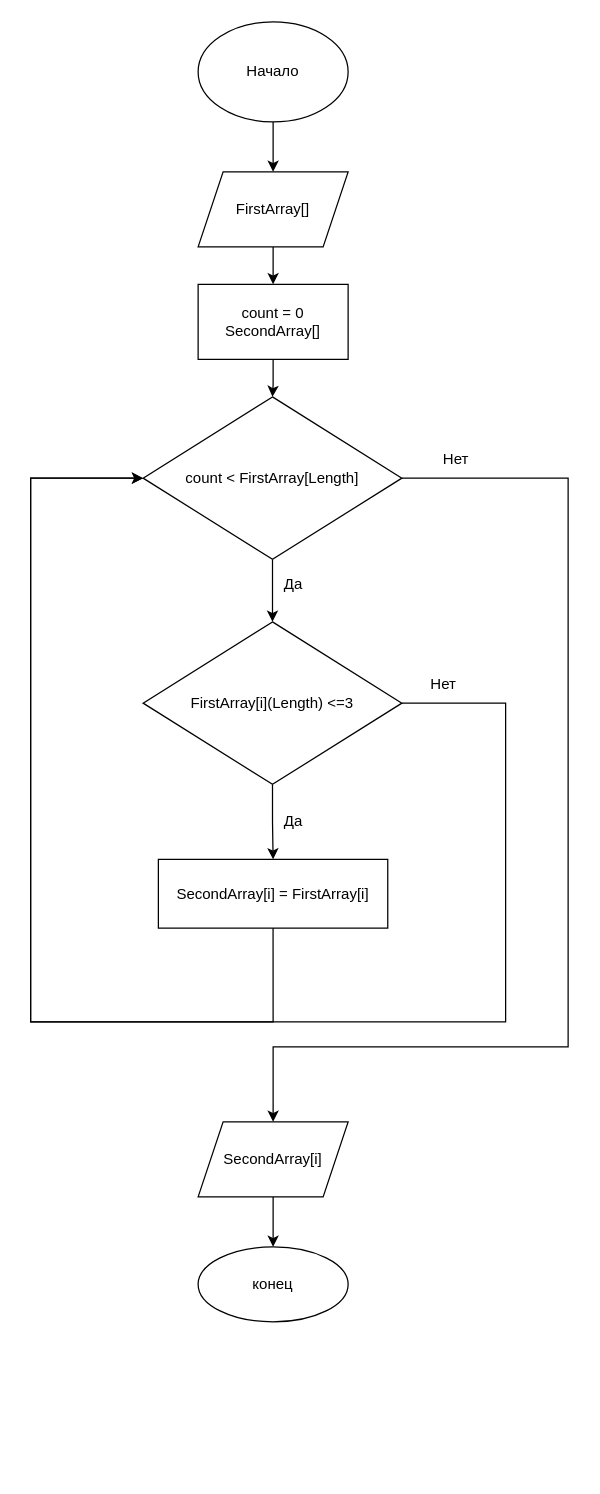
This is Блок-схема итоговой проверочной работы.drawio from IvanRyazancev/Final, a draw.io file, before an edit. Source tidied: cells renumbered, new cells numbered last; positions are measured from the earlier drawing's top-left corner, leaving out a move shared by most shapes. Both pictures are drawn from the tidied source at 125%, with x=0, y=0 at pixel (30, 21).
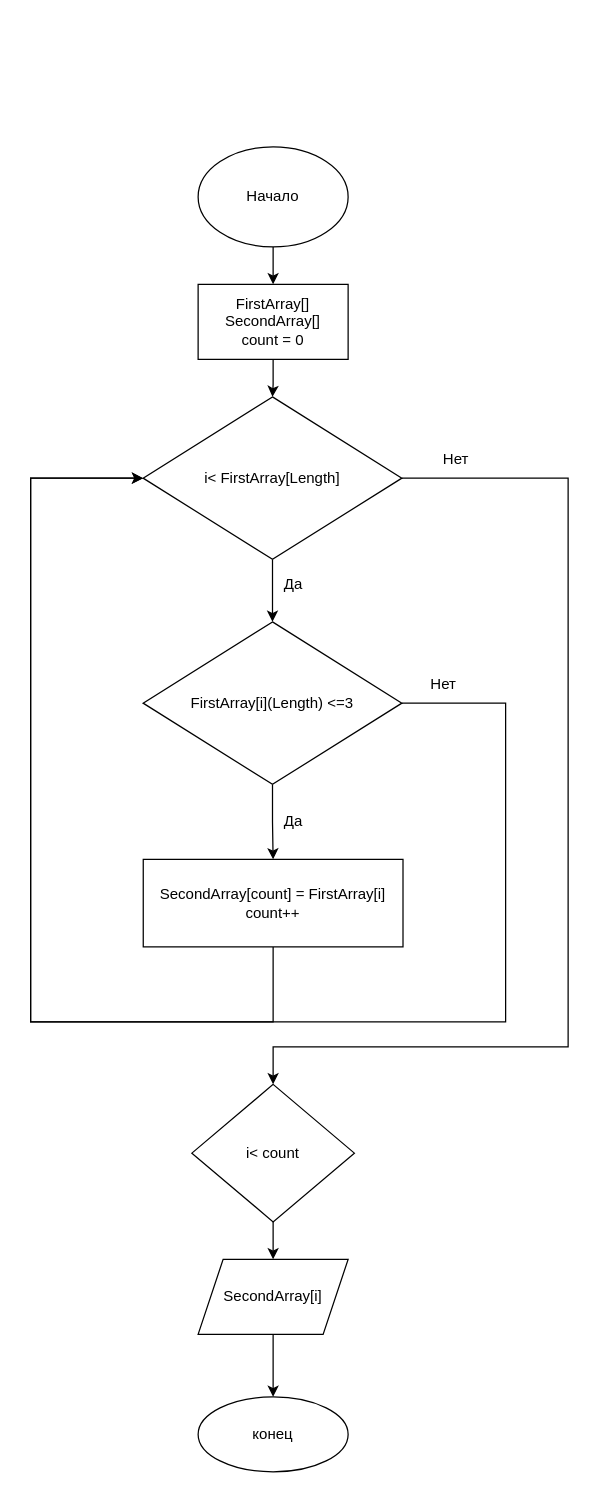
The same diagram, later.

Commit message (it also covers changes not shown here):
корректировка блок-схемы

What changed in the source:
```diff
@@
-    <mxCell id="2" style="edgeStyle=orthogonalEdgeStyle;rounded=0;jettySize=auto;html=1;" parent="1" edge="1" source="3" target="5">
-      <mxGeometry relative="1" as="geometry" />
-    </mxCell>
     <mxCell id="3" value="Начало" style="ellipse;whiteSpace=wrap;html=1;" parent="1" vertex="1">
-      <mxGeometry x="134" width="120" height="80" as="geometry" />
+      <mxGeometry x="134" y="100" width="120" height="80" as="geometry" />
     </mxCell>
-    <mxCell id="4" style="edgeStyle=orthogonalEdgeStyle;rounded=0;jettySize=auto;html=1;" parent="1" edge="1" source="5" target="7">
+    <mxCell id="4" style="edgeStyle=orthogonalEdgeStyle;rounded=0;jettySize=auto;html=1;exitX=0.5;exitY=1;exitDx=0;exitDy=0;" parent="1" edge="1" source="3" target="7">
       <mxGeometry relative="1" as="geometry" />
     </mxCell>
-    <mxCell id="5" value="FirstArray[]" style="shape=parallelogram;perimeter=parallelogramPerimeter;whiteSpace=wrap;html=1;fixedSize=1;" parent="1" vertex="1">
-      <mxGeometry x="134" y="120" width="120" height="60" as="geometry" />
-    </mxCell>
@@
-    <mxCell id="7" value="count = 0&lt;br&gt;SecondArray[]" style="whiteSpace=wrap;html=1;" parent="1" vertex="1">
+    <mxCell id="7" value="FirstArray[]&lt;br&gt;SecondArray[]&lt;br&gt;count = 0" style="whiteSpace=wrap;html=1;" parent="1" vertex="1">
       <mxGeometry x="134" y="210" width="120" height="60" as="geometry" />
     </mxCell>
@@
-    <mxCell id="9" style="edgeStyle=orthogonalEdgeStyle;rounded=0;jettySize=auto;html=1;exitX=1;exitY=0.5;exitDx=0;exitDy=0;" parent="1" edge="1" source="10">
+    <mxCell id="9" style="edgeStyle=orthogonalEdgeStyle;rounded=0;jettySize=auto;html=1;exitX=1;exitY=0.5;exitDx=0;exitDy=0;entryX=0.5;entryY=0;entryDx=0;entryDy=0;" parent="1" edge="1" source="10" target="23">
       <mxGeometry relative="1" as="geometry">
-        <mxPoint x="194" y="880" as="targetPoint" />
         <Array as="points">
           <mxPoint x="430" y="365" />
           <mxPoint x="430" y="820" />
           <mxPoint x="194" y="820" />
         </Array>
       </mxGeometry>
     </mxCell>
-    <mxCell id="10" value="count &amp;lt; FirstArray[Length]" style="rhombus;whiteSpace=wrap;html=1;" parent="1" vertex="1">
+    <mxCell id="10" value="i&amp;lt; FirstArray[Length]" style="rhombus;whiteSpace=wrap;html=1;" parent="1" vertex="1">
       <mxGeometry x="90" y="300" width="207" height="130" as="geometry" />
     </mxCell>
@@
-    <mxCell id="13" value="SecondArray[i] = FirstArray[i]" style="whiteSpace=wrap;html=1;" parent="1" vertex="1">
-      <mxGeometry x="102.2" y="670" width="183.5" height="55" as="geometry" />
+    <mxCell id="13" value="SecondArray[count] = FirstArray[i]&lt;br&gt;count++" style="whiteSpace=wrap;html=1;" parent="1" vertex="1">
+      <mxGeometry x="90.1" y="670" width="207.8" height="70" as="geometry" />
     </mxCell>
@@
     <mxCell id="17" value="SecondArray[i]" style="shape=parallelogram;perimeter=parallelogramPerimeter;whiteSpace=wrap;html=1;fixedSize=1;" parent="1" vertex="1">
-      <mxGeometry x="134" y="880" width="120" height="60" as="geometry" />
+      <mxGeometry x="134" y="990" width="120" height="60" as="geometry" />
     </mxCell>
@@
     <mxCell id="22" value="конец" style="ellipse;whiteSpace=wrap;html=1;" parent="1" vertex="1">
-      <mxGeometry x="134" y="980" width="120" height="60" as="geometry" />
+      <mxGeometry x="134" y="1100" width="120" height="60" as="geometry" />
     </mxCell>
+    <mxCell id="23" value="i&amp;lt; count" style="rhombus;whiteSpace=wrap;html=1;" parent="1" vertex="1">
+      <mxGeometry x="129" y="850" width="130" height="110" as="geometry" />
+    </mxCell>
+    <mxCell id="24" style="endArrow=classic;html=1;rounded=0;entryX=0.5;entryY=0;entryDx=0;entryDy=0;exitX=0.5;exitY=1;exitDx=0;exitDy=0;" parent="1" edge="1" source="23" target="17">
+      <mxGeometry relative="1" as="geometry" />
+    </mxCell>
```
